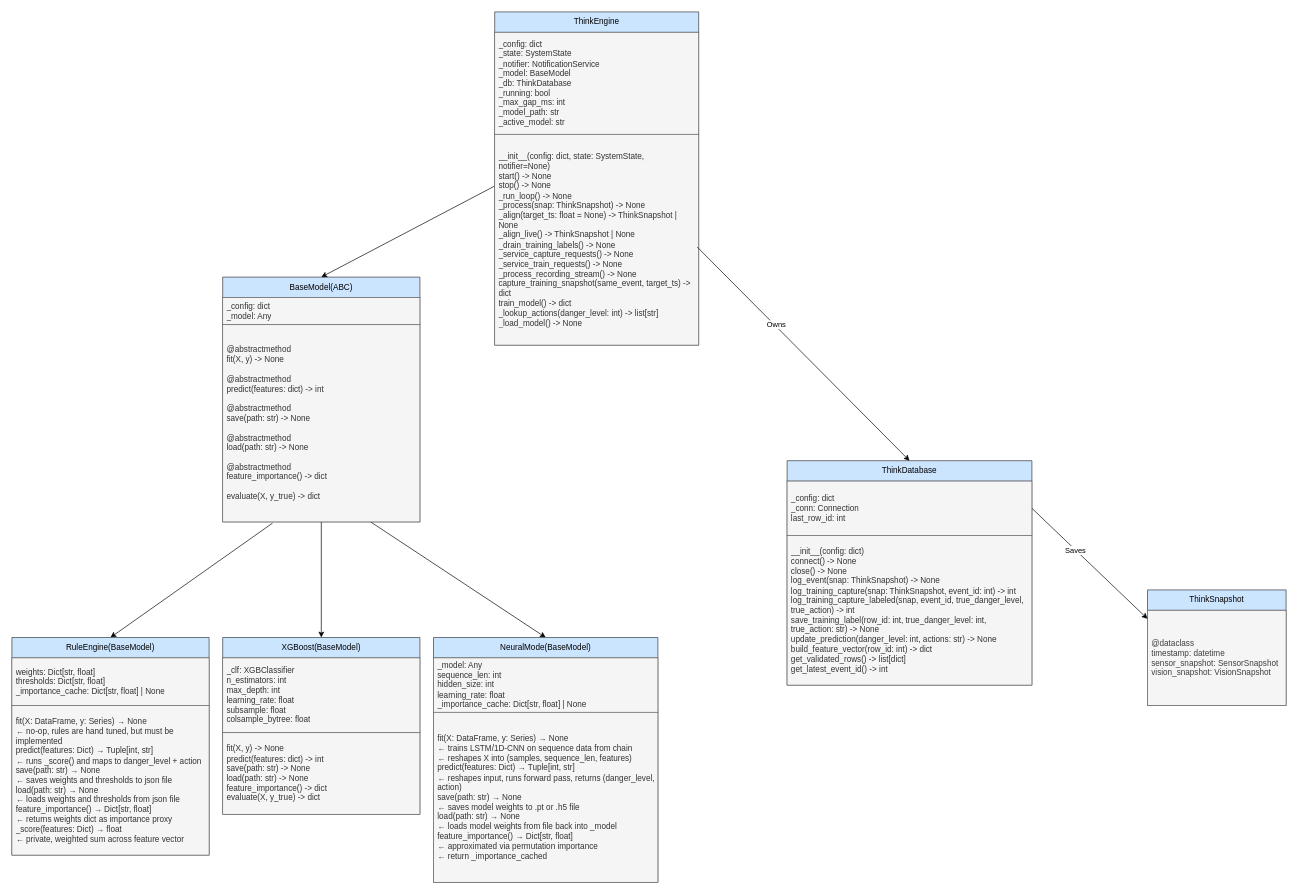
This is architecture/uml_think.drawio from maya-fakih/smart_fire_extinguisher, a draw.io file, before an edit. Source tidied: cells renumbered, new cells numbered last; positions are measured from the earlier drawing's top-left corner, leaving out a move shared by most shapes. Both pictures are drawn from the tidied source at 68%, with x=0, y=0 at pixel (12, 12).
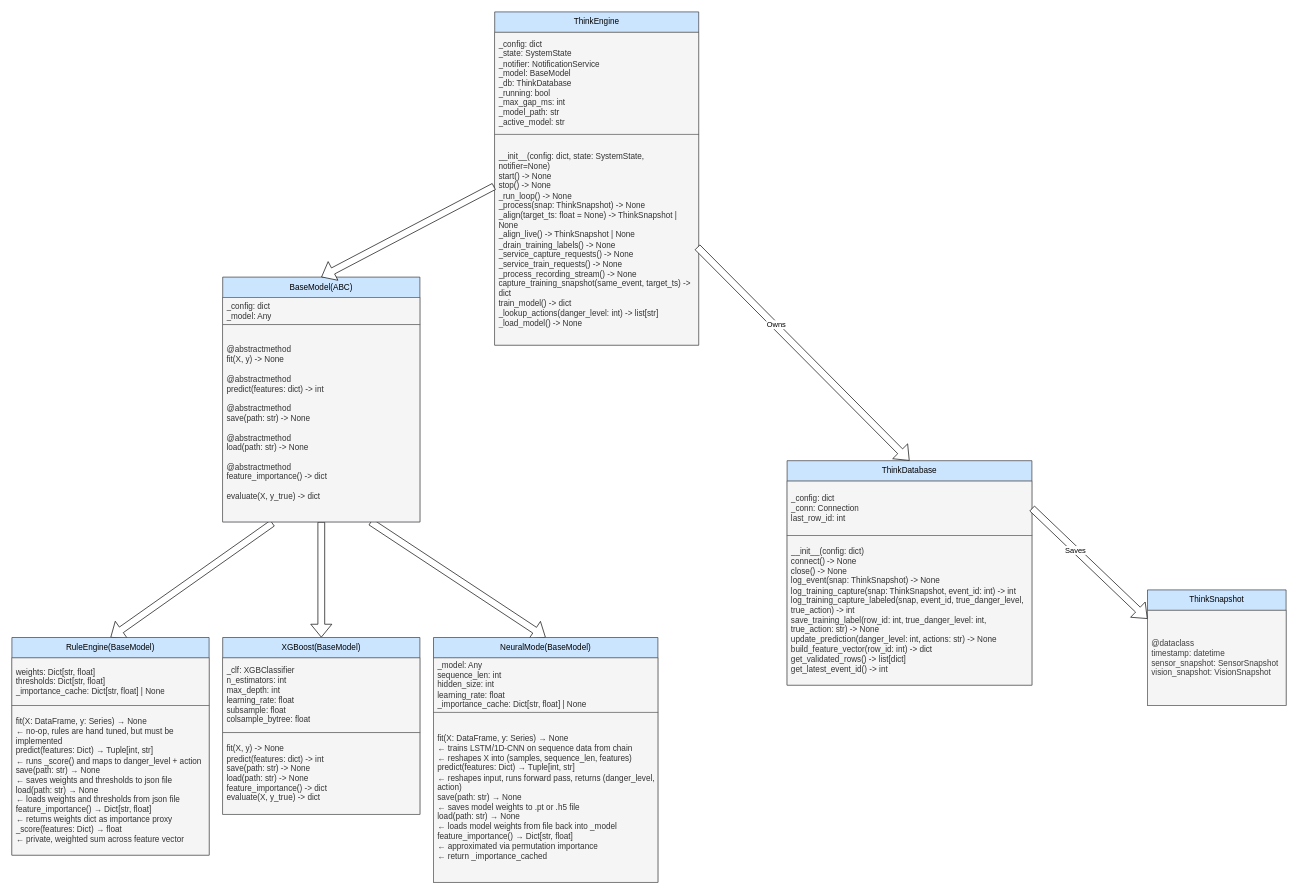
Above is the later version.

Unchanged cells that the change refers to:
```xml
<mxCell id="4" value="__init__(config: dict, state: SystemState, notifier=None)&lt;br/&gt;start() -&amp;gt; None&lt;br/&gt;stop() -&amp;gt; None&lt;br/&gt;_run_loop() -&amp;gt; None&lt;br/&gt;_process(snap: ThinkSnapshot) -&amp;gt; None&lt;br/&gt;_align(target_ts: float = None) -&amp;gt; ThinkSnapshot | None&lt;br/&gt;_align_live() -&amp;gt; ThinkSnapshot | None&lt;br/&gt;_drain_training_labels() -&amp;gt; None&lt;br/&gt;_service_capture_requests() -&amp;gt; None&lt;br/&gt;_service_train_requests() -&amp;gt; None&lt;br/&gt;_process_recording_stream() -&amp;gt; None&lt;br/&gt;capture_training_snapshot(same_event, target_ts) -&amp;gt; dict&lt;br/&gt;train_model() -&amp;gt; dict&lt;br/&gt;_lookup_actions(danger_level: int) -&amp;gt; list[str]&lt;br/&gt;_load_model() -&amp;gt; None&lt;span&gt;&lt;/span&gt;" style="text;strokeColor=#666666;fillColor=#f5f5f5;align=left;verticalAlign=middle;spacingLeft=4;spacingRight=4;overflow=hidden;points=[[0,0.5],[1,0.5]];portConstraint=eastwest;whiteSpace=wrap;html=1;fontColor=#333333;" parent="2" vertex="1">
  <mxGeometry y="180" width="300" height="310" as="geometry" />
</mxCell>
<mxCell id="5" value="ThinkDatabase" style="swimlane;fontStyle=0;horizontal=1;startSize=30;whiteSpace=wrap;html=1;fillColor=#cce5ff;strokeColor=#36393d;" parent="1" vertex="1">
  <mxGeometry x="1140" y="660" width="360" height="330" as="geometry" />
</mxCell>
<mxCell id="6" value="_config: dict&lt;br/&gt;_conn: Connection&lt;br/&gt;last_row_id: int&lt;span&gt;&lt;/span&gt;" style="text;strokeColor=#666666;fillColor=#f5f5f5;align=left;verticalAlign=middle;spacingLeft=4;spacingRight=4;overflow=hidden;points=[[0,0.5],[1,0.5]];portConstraint=eastwest;whiteSpace=wrap;html=1;fontColor=#333333;" parent="5" vertex="1">
  <mxGeometry y="30" width="360" height="80" as="geometry" />
</mxCell>
<mxCell id="8" value="ThinkSnapshot" style="swimlane;fontStyle=0;horizontal=1;startSize=30;whiteSpace=wrap;html=1;fillColor=#cce5ff;strokeColor=#36393d;" parent="1" vertex="1">
  <mxGeometry x="1670" y="850" width="203.8" height="170" as="geometry" />
</mxCell>
<mxCell id="15" value="BaseModel(ABC)" style="swimlane;fontStyle=0;horizontal=1;startSize=30;whiteSpace=wrap;html=1;fillColor=#cce5ff;strokeColor=#36393d;" parent="1" vertex="1">
  <mxGeometry x="310" y="390" width="290" height="360" as="geometry" />
</mxCell>
<mxCell id="17" value="@abstractmethod&lt;br/&gt;fit(X, y) -&amp;gt; None&lt;br/&gt;&lt;br/&gt;@abstractmethod&lt;br/&gt;predict(features: dict) -&amp;gt; int&lt;br/&gt;&lt;br/&gt;@abstractmethod&lt;br/&gt;save(path: str) -&amp;gt; None&lt;br/&gt;&lt;br/&gt;@abstractmethod&lt;br/&gt;load(path: str) -&amp;gt; None&lt;br/&gt;&lt;br/&gt;@abstractmethod&lt;br/&gt;feature_importance() -&amp;gt; dict&lt;br/&gt;&lt;br/&gt;evaluate(X, y_true) -&amp;gt; dict&lt;span&gt;&lt;/span&gt;" style="text;strokeColor=#666666;fillColor=#f5f5f5;align=left;verticalAlign=middle;spacingLeft=4;spacingRight=4;overflow=hidden;points=[[0,0.5],[1,0.5]];portConstraint=eastwest;whiteSpace=wrap;html=1;fontColor=#333333;" parent="15" vertex="1">
  <mxGeometry y="70" width="290" height="290" as="geometry" />
</mxCell>
<mxCell id="19" value="RuleEngine(BaseModel)" style="swimlane;fontStyle=0;horizontal=1;startSize=30;whiteSpace=wrap;html=1;fillColor=#cce5ff;strokeColor=#36393d;" parent="1" vertex="1">
  <mxGeometry y="920" width="290" height="320" as="geometry" />
</mxCell>
<mxCell id="22" value="NeuralMode(BaseModel)" style="swimlane;fontStyle=0;horizontal=1;startSize=30;whiteSpace=wrap;html=1;fillColor=#cce5ff;strokeColor=#36393d;" parent="1" vertex="1">
  <mxGeometry x="620" y="920" width="330" height="360" as="geometry" />
</mxCell>
<mxCell id="25" value="XGBoost(BaseModel)" style="swimlane;fontStyle=0;horizontal=1;startSize=30;whiteSpace=wrap;html=1;fillColor=#cce5ff;strokeColor=#36393d;" parent="1" vertex="1">
  <mxGeometry x="310" y="920" width="290" height="260" as="geometry" />
</mxCell>
```

The edit, as a diff of the source:
```diff
@@
-    <mxCell id="10" style="endArrow=classic;html=1;entryX=0.5;entryY=0;entryDx=0;entryDy=0;exitX=0.993;exitY=0.535;exitDx=0;exitDy=0;exitPerimeter=0;" parent="1" edge="1" source="4" target="5">
+    <mxCell id="10" style="endArrow=classic;html=1;entryX=0.5;entryY=0;entryDx=0;entryDy=0;exitX=0.993;exitY=0.535;exitDx=0;exitDy=0;exitPerimeter=0;shape=flexArrow;fillColor=default;fillStyle=solid;" parent="1" edge="1" source="4" target="5">
       <mxGeometry relative="1" as="geometry" />
     </mxCell>
@@
-    <mxCell id="12" style="edgeStyle=none;html=1;entryX=0.5;entryY=0;entryDx=0;entryDy=0;exitX=0.253;exitY=1.006;exitDx=0;exitDy=0;exitPerimeter=0;" parent="1" edge="1" source="17" target="19">
+    <mxCell id="12" style="edgeStyle=none;html=1;entryX=0.5;entryY=0;entryDx=0;entryDy=0;exitX=0.253;exitY=1.006;exitDx=0;exitDy=0;exitPerimeter=0;shape=flexArrow;fillColor=default;fillStyle=solid;" parent="1" edge="1" source="17" target="19">
       <mxGeometry relative="1" as="geometry" />
     </mxCell>
-    <mxCell id="13" style="edgeStyle=none;html=1;entryX=0.5;entryY=0;entryDx=0;entryDy=0;exitX=0.75;exitY=1;exitDx=0;exitDy=0;" parent="1" edge="1" source="15" target="22">
+    <mxCell id="13" style="edgeStyle=none;html=1;entryX=0.5;entryY=0;entryDx=0;entryDy=0;exitX=0.75;exitY=1;exitDx=0;exitDy=0;shape=flexArrow;fillColor=default;fillStyle=solid;" parent="1" edge="1" source="15" target="22">
       <mxGeometry relative="1" as="geometry" />
     </mxCell>
-    <mxCell id="14" style="edgeStyle=none;html=1;" parent="1" edge="1" source="15" target="25">
+    <mxCell id="14" style="edgeStyle=none;html=1;shape=flexArrow;fillColor=default;fillStyle=solid;" parent="1" edge="1" source="15" target="25">
       <mxGeometry relative="1" as="geometry" />
     </mxCell>
@@
-    <mxCell id="18" style="endArrow=classic;html=1;entryX=0.5;entryY=0;entryDx=0;entryDy=0;exitX=-0.003;exitY=0.247;exitDx=0;exitDy=0;exitPerimeter=0;" parent="1" edge="1" source="4" target="15">
+    <mxCell id="18" style="endArrow=classic;html=1;entryX=0.5;entryY=0;entryDx=0;entryDy=0;exitX=-0.003;exitY=0.247;exitDx=0;exitDy=0;exitPerimeter=0;shape=flexArrow;fillColor=default;fillStyle=solid;" parent="1" edge="1" source="4" target="15">
       <mxGeometry relative="1" as="geometry" />
     </mxCell>
@@
-    <mxCell id="28" style="endArrow=classic;html=1;exitX=1;exitY=0.5;exitDx=0;exitDy=0;entryX=0;entryY=0.25;entryDx=0;entryDy=0;" parent="1" edge="1" source="6" target="8">
+    <mxCell id="28" style="endArrow=classic;html=1;exitX=1;exitY=0.5;exitDx=0;exitDy=0;entryX=0;entryY=0.25;entryDx=0;entryDy=0;shape=flexArrow;fillColor=default;fillStyle=solid;" parent="1" edge="1" source="6" target="8">
       <mxGeometry relative="1" as="geometry" />
     </mxCell>
```
